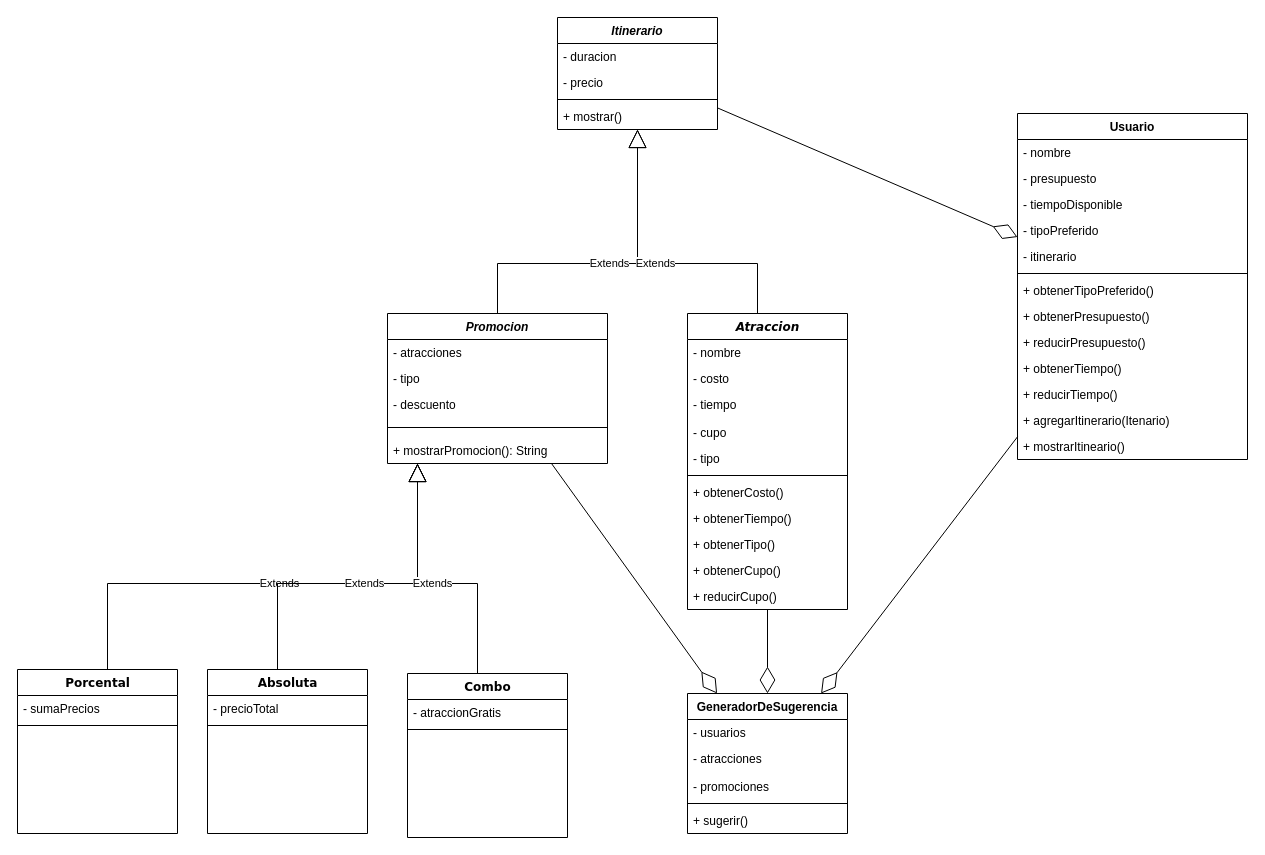
The draw.io diagram TierraMedia.drawio in ezebeltran/Tp-paradigmas-programacion, before the edit. Source tidied: cells renumbered, new cells numbered last; positions are measured from the earlier drawing's top-left corner, leaving out a move shared by most shapes. Both pictures are drawn from the tidied source at 100%, with x=0, y=0 at pixel (17, 17).
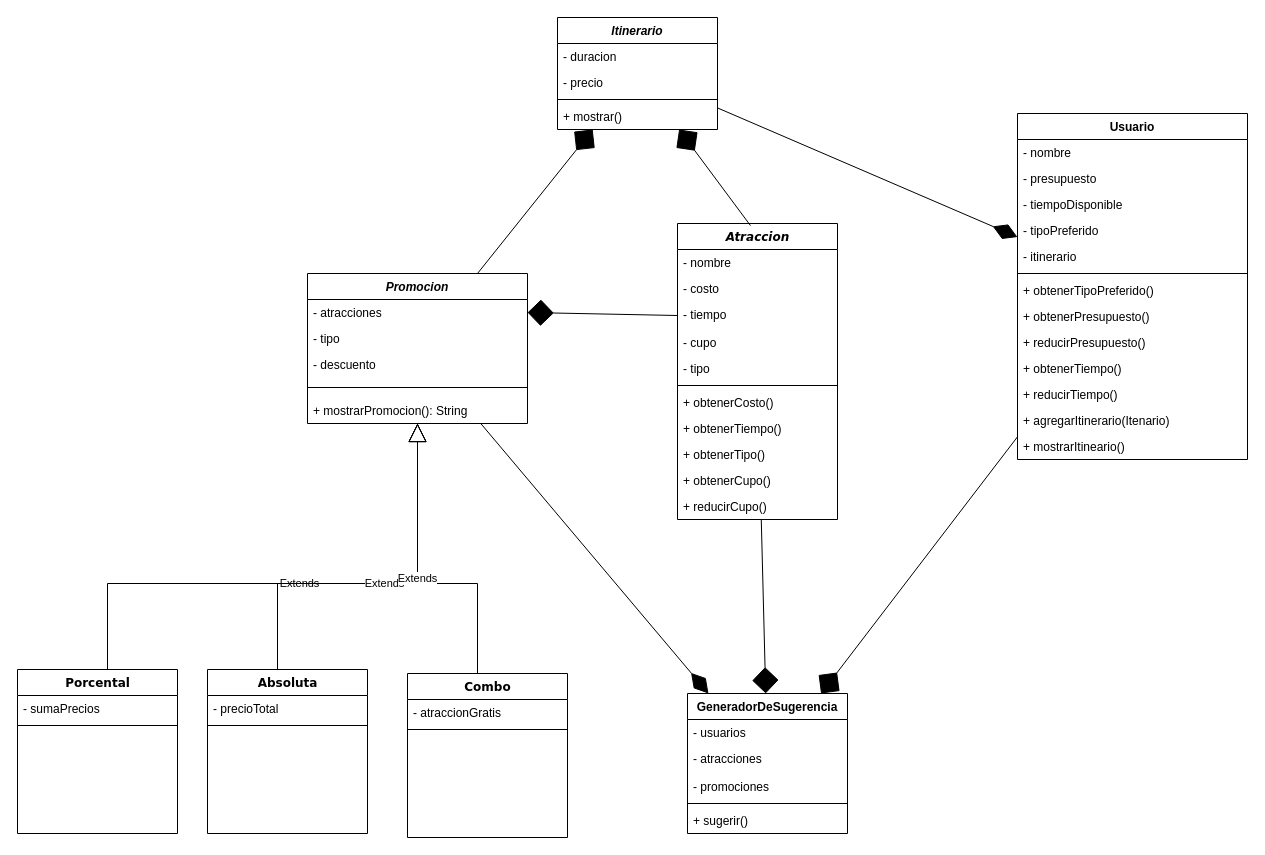
After the change.

Commit message:
cambio la la herencia de itinerario por el uso de 2 listas de promociones y paquetes

Unchanged cells that the change refers to:
```xml
<mxCell id="5" value="- tiempo" style="text;html=1;strokeColor=none;fillColor=none;align=left;verticalAlign=top;spacingLeft=4;spacingRight=4;whiteSpace=wrap;overflow=hidden;points=[[0,0.5],[1,0.5]];portConstraint=eastwest;" parent="2" vertex="1">
  <mxGeometry y="78" width="160" height="28" as="geometry" />
</mxCell>
<mxCell id="14" value="Usuario" style="swimlane;fontStyle=1;align=center;verticalAlign=top;horizontal=1;startSize=26;whiteSpace=wrap;html=1;" parent="1" vertex="1">
  <mxGeometry x="1000" y="96" width="230" height="346" as="geometry" />
</mxCell>
<mxCell id="28" value="GeneradorDeSugerencia" style="swimlane;fontStyle=1;align=center;verticalAlign=top;horizontal=1;startSize=26;whiteSpace=wrap;html=1;" parent="1" vertex="1">
  <mxGeometry x="670" y="676" width="160" height="140" as="geometry" />
</mxCell>
<mxCell id="35" value="- atracciones" style="text;html=1;strokeColor=none;fillColor=none;align=left;verticalAlign=top;spacingLeft=4;spacingRight=4;whiteSpace=wrap;overflow=hidden;points=[[0,0.5],[1,0.5]];portConstraint=eastwest;" parent="34" vertex="1">
  <mxGeometry y="26" width="220" height="26" as="geometry" />
</mxCell>
<mxCell id="55" value="&lt;i&gt;Itinerario&lt;/i&gt;" style="swimlane;fontStyle=1;align=center;verticalAlign=top;horizontal=1;startSize=26;whiteSpace=wrap;html=1;" parent="1" vertex="1">
  <mxGeometry x="540" width="160" height="112" as="geometry" />
</mxCell>
```

Change to the diagram source:
```diff
@@
     <mxCell id="2" value="Atraccion" style="swimlane;html=1;fontStyle=3;align=center;verticalAlign=top;horizontal=1;startSize=26;swimlaneFillColor=#ffffff;rounded=0;shadow=0;comic=0;labelBackgroundColor=none;strokeWidth=1;fillColor=none;fontFamily=Verdana;fontSize=12;" parent="1" vertex="1">
-      <mxGeometry x="670" y="296" width="160" height="296" as="geometry" />
+      <mxGeometry x="660" y="206" width="160" height="296" as="geometry" />
     </mxCell>
@@
     <mxCell id="34" value="&lt;i&gt;Promocion&lt;/i&gt;" style="swimlane;fontStyle=1;align=center;verticalAlign=top;horizontal=1;startSize=26;whiteSpace=wrap;html=1;" parent="1" vertex="1">
-      <mxGeometry x="370" y="296" width="220" height="150" as="geometry" />
+      <mxGeometry x="290" y="256" width="220" height="150" as="geometry" />
     </mxCell>
@@
-    <mxCell id="52" style="endArrow=diamondThin;endFill=0;endSize=24;html=1;rounded=0;" parent="1" edge="1" source="14" target="28">
+    <mxCell id="52" style="endArrow=diamond;endFill=1;endSize=24;html=1;rounded=0;" parent="1" edge="1" source="14" target="28">
       <mxGeometry relative="1" as="geometry" />
     </mxCell>
-    <mxCell id="53" style="endArrow=diamondThin;endFill=0;endSize=24;html=1;rounded=0;" parent="1" edge="1" source="34" target="28">
+    <mxCell id="53" style="endArrow=diamondThin;endFill=1;endSize=24;html=1;rounded=0;" parent="1" edge="1" source="34" target="28">
       <mxGeometry relative="1" as="geometry" />
     </mxCell>
-    <mxCell id="54" style="endArrow=diamondThin;endFill=0;endSize=24;html=1;rounded=0;" parent="1" edge="1" source="2" target="28">
+    <mxCell id="54" style="endArrow=diamond;endFill=1;endSize=24;html=1;rounded=0;" parent="1" edge="1" source="2" target="28">
       <mxGeometry relative="1" as="geometry" />
     </mxCell>
@@
+    <mxCell id="62" style="endArrow=diamondThin;endFill=1;endSize=24;html=1;rounded=0;" parent="1" edge="1" source="55" target="14">
+      <mxGeometry relative="1" as="geometry" />
+    </mxCell>
-    <mxCell id="60" value="Extends" style="endArrow=block;endSize=16;endFill=0;html=1;rounded=0;edgeStyle=orthogonalEdgeStyle;" parent="1" edge="1" source="34" target="55">
-      <mxGeometry relative="1" as="geometry">
-        <Array as="points">
-          <mxPoint x="480" y="246" />
-          <mxPoint x="620" y="246" />
-        </Array>
-      </mxGeometry>
+    <mxCell id="60" style="endArrow=diamond;endFill=1;endSize=24;html=1;rounded=0;" parent="1" edge="1" source="34" target="55">
+      <mxGeometry relative="1" as="geometry" />
     </mxCell>
-    <mxCell id="61" value="Extends" style="endArrow=block;endSize=16;endFill=0;html=1;rounded=0;edgeStyle=orthogonalEdgeStyle;" parent="1" edge="1" source="2" target="55">
-      <mxGeometry relative="1" as="geometry">
-        <Array as="points">
-          <mxPoint x="740" y="246" />
-          <mxPoint x="620" y="246" />
-        </Array>
-      </mxGeometry>
+    <mxCell id="61" style="endArrow=diamond;endFill=1;endSize=24;html=1;rounded=0;exitX=0.456;exitY=0.007;exitDx=0;exitDy=0;exitPerimeter=0;" parent="1" edge="1" source="2" target="55">
+      <mxGeometry relative="1" as="geometry" />
     </mxCell>
-    <mxCell id="62" style="endArrow=diamondThin;endFill=0;endSize=24;html=1;rounded=0;" parent="1" edge="1" source="55" target="14">
-      <mxGeometry relative="1" as="geometry" />
-    </mxCell>
+    <mxCell id="63" style="endArrow=diamond;endFill=1;endSize=24;html=1;rounded=0;entryX=1;entryY=0.5;entryDx=0;entryDy=0;exitX=0;exitY=0.5;exitDx=0;exitDy=0;" parent="1" edge="1" source="5" target="35">
+      <mxGeometry relative="1" as="geometry" />
+    </mxCell>
```
